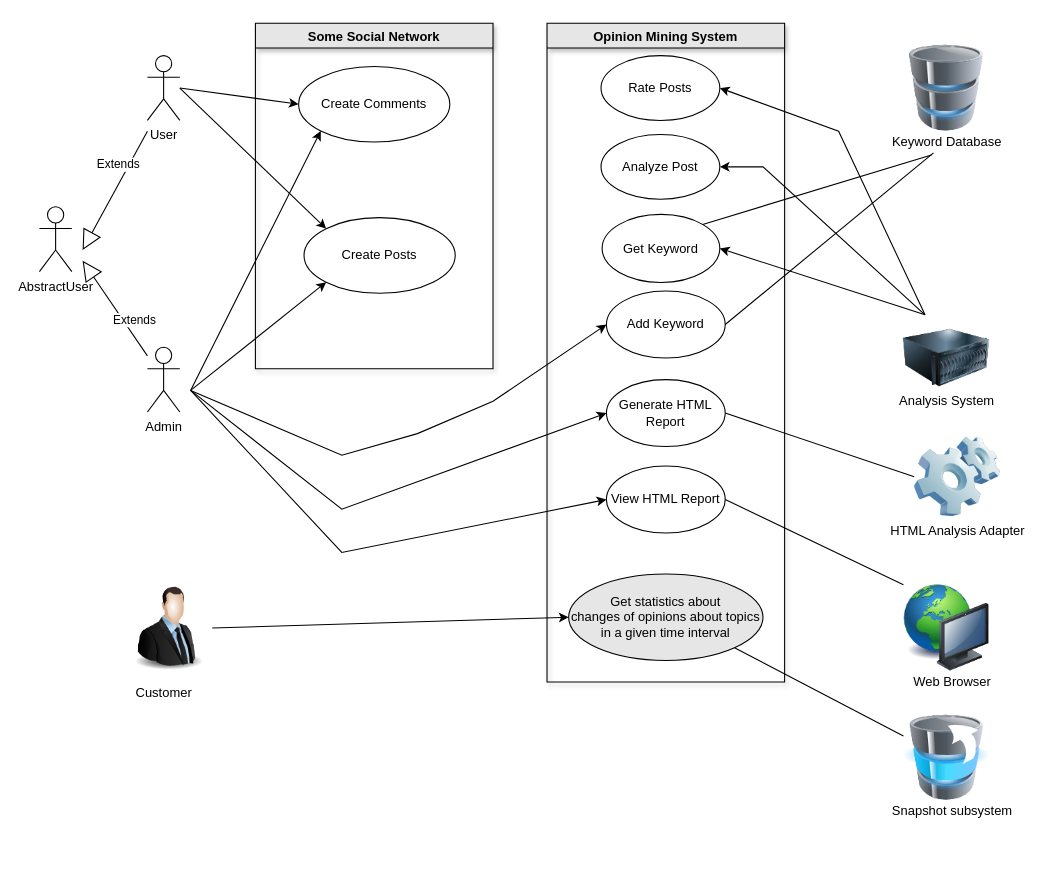
Above: assignment3/uml/assignment3_usecase.drawio in ar7ch/iu-ssad (draw.io), before the change. Source tidied: cells renumbered, new cells numbered last; positions are measured from the earlier drawing's top-left corner, leaving out a move shared by most shapes. Both pictures are drawn from the tidied source at 108%, with x=0, y=0 at pixel (39, 23).
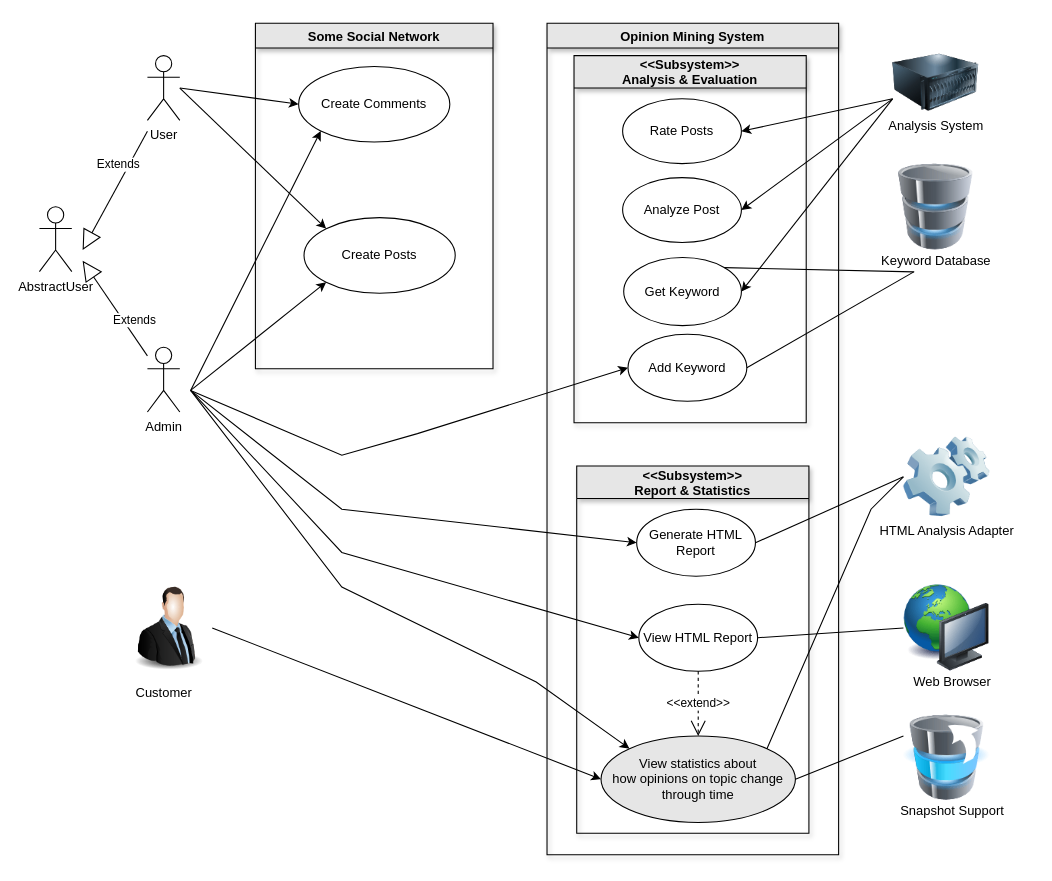
Above is the later version.

Unchanged cells that the change refers to:
```xml
<mxCell id="14" value="Keyword Database" style="text;html=1;align=center;verticalAlign=middle;points=[];strokeColor=none;fillColor=none;" parent="12" vertex="1">
  <mxGeometry y="80" width="120" height="20" as="geometry" />
</mxCell>
<mxCell id="30" style="image;html=1;image=img/lib/clip_art/computers/Server_128x128.png;" parent="29" vertex="1">
  <mxGeometry x="10" width="80" height="80" as="geometry" />
</mxCell>
<mxCell id="37" style="image;html=1;image=img/lib/clip_art/computers/Network_128x128.png;" parent="36" vertex="1">
  <mxGeometry width="80" height="80" as="geometry" />
</mxCell>
<mxCell id="41" style="image;html=1;image=img/lib/clip_art/computers/Software_128x128.png;fillColor=#E6E6E6;" parent="40" vertex="1">
  <mxGeometry x="30" width="80" height="80" as="geometry" />
</mxCell>
<mxCell id="42" value="HTML Analysis Adapter" style="text;html=1;align=center;verticalAlign=middle;points=[];strokeColor=none;fillColor=none;" parent="40" vertex="1">
  <mxGeometry y="80" width="140" height="20" as="geometry" />
</mxCell>
```

Diff of the diagram source:
```diff
@@
     <mxCell id="4" style="edgeStyle=none;rounded=0;jettySize=auto;html=1;entryX=0;entryY=0.5;entryDx=0;entryDy=0;" parent="1" edge="1" target="19">
       <mxGeometry relative="1" as="geometry">
         <mxPoint x="140" y="340" as="sourcePoint" />
         <Array as="points">
           <mxPoint x="280" y="400" />
           <mxPoint x="350" y="380" />
-          <mxPoint x="420" y="350" />
         </Array>
       </mxGeometry>
     </mxCell>
@@
     <mxCell id="8" style="rounded=0;jettySize=auto;html=1;entryX=1;entryY=0.5;entryDx=0;entryDy=0;" parent="1" edge="1" target="18">
       <mxGeometry relative="1" as="geometry">
-        <mxPoint x="820" y="270" as="sourcePoint" />
-        <Array as="points">
-          <mxPoint x="670" y="133" />
-        </Array>
+        <mxPoint x="790" y="70" as="sourcePoint" />
       </mxGeometry>
     </mxCell>
-    <mxCell id="9" style="edgeStyle=none;rounded=0;jettySize=auto;html=1;exitX=0.25;exitY=0;exitDx=0;exitDy=0;entryX=1;entryY=0.5;entryDx=0;entryDy=0;" parent="1" edge="1" source="30" target="17">
+    <mxCell id="9" style="rounded=0;jettySize=auto;html=1;entryX=1;entryY=0.5;entryDx=0;entryDy=0;" parent="1" edge="1" target="17">
       <mxGeometry relative="1" as="geometry">
-        <Array as="points">
-          <mxPoint x="740" y="100" />
-        </Array>
+        <mxPoint x="790" y="70" as="sourcePoint" />
       </mxGeometry>
     </mxCell>
@@
     <mxCell id="12" style="group;" parent="1" vertex="1">
-      <mxGeometry x="780" y="20" width="120" height="100" as="geometry" />
+      <mxGeometry x="770" y="130" width="120" height="100" as="geometry" />
     </mxCell>
@@
     <mxCell id="16" value="Opinion Mining System" style="swimlane;fillColor=#E6E6E6;shadow=1;" parent="1" vertex="1">
-      <mxGeometry x="470" width="220" height="610" as="geometry" />
+      <mxGeometry x="470" width="270" height="770" as="geometry" />
     </mxCell>
     <mxCell id="17" value="Rate Posts" style="ellipse;whiteSpace=wrap;html=1;" parent="16" vertex="1">
-      <mxGeometry x="50" y="30" width="110" height="60" as="geometry" />
+      <mxGeometry x="70" y="70" width="110" height="60" as="geometry" />
     </mxCell>
     <mxCell id="18" value="Analyze Post" style="ellipse;whiteSpace=wrap;html=1;" parent="16" vertex="1">
-      <mxGeometry x="50" y="103" width="110" height="60" as="geometry" />
+      <mxGeometry x="70" y="143" width="110" height="60" as="geometry" />
     </mxCell>
     <mxCell id="19" value="&lt;div&gt;Add Keyword&lt;/div&gt;" style="ellipse;whiteSpace=wrap;html=1;" parent="16" vertex="1">
-      <mxGeometry x="55" y="248" width="110" height="62" as="geometry" />
+      <mxGeometry x="75" y="288" width="110" height="62" as="geometry" />
     </mxCell>
     <mxCell id="20" value="Get Keyword" style="ellipse;whiteSpace=wrap;html=1;fillColor=#FFFFFF;" parent="16" vertex="1">
-      <mxGeometry x="51" y="177" width="109" height="63" as="geometry" />
+      <mxGeometry x="71" y="217" width="109" height="63" as="geometry" />
     </mxCell>
+    <mxCell id="22" style="edgeStyle=none;rounded=0;jettySize=auto;html=1;entryX=0;entryY=0.5;entryDx=0;entryDy=0;" parent="16" edge="1" target="21">
+      <mxGeometry relative="1" as="geometry">
+        <mxPoint x="-330" y="340" as="sourcePoint" />
+        <Array as="points">
+          <mxPoint x="-190" y="450" />
+        </Array>
+      </mxGeometry>
+    </mxCell>
+    <mxCell id="52" value="&lt;&lt;Subsystem&gt;&gt;&#10;Analysis &amp; Evaluation" style="swimlane;fillColor=#E6E6E6;shadow=1;startSize=30;" parent="16" vertex="1">
+      <mxGeometry x="25" y="30" width="215" height="340" as="geometry" />
+    </mxCell>
+    <mxCell id="53" value="&lt;&lt;Subsystem&gt;&gt;&#10;Report &amp; Statistics" style="swimlane;fillColor=#E6E6E6;shadow=1;startSize=30;" parent="16" vertex="1">
+      <mxGeometry x="27.5" y="410" width="215" height="340" as="geometry" />
+    </mxCell>
-    <mxCell id="21" value="Generate HTML Report" style="ellipse;whiteSpace=wrap;html=1;fillColor=#FFFFFF;" parent="16" vertex="1">
-      <mxGeometry x="55" y="330" width="110" height="62" as="geometry" />
+    <mxCell id="21" value="Generate HTML Report" style="ellipse;whiteSpace=wrap;html=1;fillColor=#FFFFFF;" parent="53" vertex="1">
+      <mxGeometry x="55.5" y="40" width="110" height="62" as="geometry" />
     </mxCell>
-    <mxCell id="22" style="edgeStyle=none;rounded=0;jettySize=auto;html=1;entryX=0;entryY=0.5;entryDx=0;entryDy=0;" parent="16" edge="1" target="21">
-      <mxGeometry relative="1" as="geometry">
-        <mxPoint x="-330" y="340" as="sourcePoint" />
-        <Array as="points">
-          <mxPoint x="-190" y="450" />
-        </Array>
-      </mxGeometry>
-    </mxCell>
-    <mxCell id="23" value="View HTML Report" style="ellipse;whiteSpace=wrap;html=1;fillColor=#FFFFFF;" parent="16" vertex="1">
-      <mxGeometry x="55" y="410" width="110" height="62" as="geometry" />
+    <mxCell id="23" value="View HTML Report" style="ellipse;whiteSpace=wrap;html=1;fillColor=#FFFFFF;" parent="53" vertex="1">
+      <mxGeometry x="57.5" y="128" width="110" height="62" as="geometry" />
     </mxCell>
+    <mxCell id="47" value="&lt;div&gt;View statistics about&lt;/div&gt;&lt;div&gt;how opinions on topic change through time&lt;br&gt;&lt;/div&gt;" style="ellipse;whiteSpace=wrap;html=1;fillColor=#E6E6E6;" parent="53" vertex="1">
+      <mxGeometry x="22.5" y="250" width="180" height="80" as="geometry" />
+    </mxCell>
+    <mxCell id="54" value="&amp;lt;&amp;lt;extend&amp;gt;&amp;gt;" style="endArrow=open;endSize=12;dashed=1;html=1;rounded=0;entryX=0.5;entryY=0;entryDx=0;entryDy=0;exitX=0.5;exitY=1;exitDx=0;exitDy=0;" parent="53" edge="1" source="23" target="47">
+      <mxGeometry relative="1" as="geometry" />
+    </mxCell>
@@
     <mxCell id="29" style="group;" parent="1" vertex="1">
-      <mxGeometry x="790" y="270" width="100" height="90" as="geometry" />
+      <mxGeometry x="780" y="15" width="100" height="90" as="geometry" />
     </mxCell>
@@
-    <mxCell id="33" style="endArrow=none;html=1;rounded=0;exitX=1;exitY=0.5;exitDx=0;exitDy=0;" parent="1" edge="1" source="19" target="14">
-      <mxGeometry relative="1" as="geometry" />
+    <mxCell id="33" style="endArrow=none;html=1;rounded=0;exitX=1;exitY=0.5;exitDx=0;exitDy=0;" parent="1" edge="1" source="19">
+      <mxGeometry relative="1" as="geometry">
+        <mxPoint x="810" y="230" as="targetPoint" />
+      </mxGeometry>
     </mxCell>
-    <mxCell id="34" style="edgeStyle=none;rounded=0;jettySize=auto;html=1;exitX=0.25;exitY=0;exitDx=0;exitDy=0;entryX=1;entryY=0.5;entryDx=0;entryDy=0;" parent="1" edge="1" source="30" target="20">
-      <mxGeometry relative="1" as="geometry" />
+    <mxCell id="34" style="edgeStyle=none;rounded=0;jettySize=auto;html=1;entryX=1;entryY=0.5;entryDx=0;entryDy=0;" parent="1" edge="1" target="20">
+      <mxGeometry relative="1" as="geometry">
+        <mxPoint x="790" y="70" as="sourcePoint" />
+      </mxGeometry>
     </mxCell>
-    <mxCell id="35" style="endArrow=none;html=1;rounded=0;entryX=0.383;entryY=1.1;entryDx=0;entryDy=0;entryPerimeter=0;exitX=1;exitY=0;exitDx=0;exitDy=0;" parent="1" edge="1" source="20" target="14">
+    <mxCell id="35" style="endArrow=none;html=1;rounded=0;entryX=0.33;entryY=1.011;entryDx=0;entryDy=0;entryPerimeter=0;exitX=1;exitY=0;exitDx=0;exitDy=0;" parent="1" edge="1" source="20" target="14">
       <mxGeometry relative="1" as="geometry" />
     </mxCell>
@@
-    <mxCell id="39" style="endArrow=none;html=1;rounded=0;entryX=1;entryY=0.5;entryDx=0;entryDy=0;exitX=0;exitY=0;exitDx=0;exitDy=0;" parent="1" edge="1" source="37" target="23">
+    <mxCell id="39" style="endArrow=none;html=1;rounded=0;entryX=1;entryY=0.5;entryDx=0;entryDy=0;exitX=0;exitY=0.5;exitDx=0;exitDy=0;" parent="1" edge="1" source="37" target="23">
       <mxGeometry relative="1" as="geometry" />
     </mxCell>
     <mxCell id="40" style="group;" parent="1" vertex="1">
-      <mxGeometry x="780" y="380" width="140" height="100" as="geometry" />
+      <mxGeometry x="770" y="380" width="140" height="100" as="geometry" />
     </mxCell>
@@
+    <mxCell id="55" style="edgeStyle=none;rounded=0;jettySize=auto;html=1;" parent="40" edge="1" source="42" target="41">
+      <mxGeometry relative="1" as="geometry" />
+    </mxCell>
@@
-    <mxCell id="47" value="&lt;div&gt;Get statistics about&lt;/div&gt;&lt;div&gt;changes of opinions about topics in a given time interval&lt;br&gt;&lt;/div&gt;" style="ellipse;whiteSpace=wrap;html=1;fillColor=#E6E6E6;" parent="1" vertex="1">
-      <mxGeometry x="490" y="510" width="180" height="80" as="geometry" />
-    </mxCell>
@@
+    <mxCell id="51" style="endArrow=none;html=1;rounded=0;entryX=1;entryY=0.5;entryDx=0;entryDy=0;exitX=0;exitY=0.25;exitDx=0;exitDy=0;" parent="1" edge="1" source="49" target="47">
+      <mxGeometry relative="1" as="geometry" />
+    </mxCell>
+    <mxCell id="56" style="group;" parent="1" vertex="1">
+      <mxGeometry x="780" y="640" width="130" height="100" as="geometry" />
+    </mxCell>
-    <mxCell id="49" style="image;html=1;image=img/lib/clip_art/computers/Database_Move_Stack_128x128.png;fillColor=#FFFFFF;" parent="1" vertex="1">
-      <mxGeometry x="800" y="640" width="80" height="80" as="geometry" />
+    <mxCell id="49" style="image;html=1;image=img/lib/clip_art/computers/Database_Move_Stack_128x128.png;fillColor=#FFFFFF;" parent="56" vertex="1">
+      <mxGeometry x="20" width="80" height="80" as="geometry" />
     </mxCell>
-    <mxCell id="50" value="Snapshot subsystem" style="text;html=1;align=center;verticalAlign=middle;strokeColor=none;fillColor=none;" parent="1" vertex="1">
-      <mxGeometry x="780" y="720" width="130" height="20" as="geometry" />
+    <mxCell id="50" value="Snapshot Support" style="text;html=1;align=center;verticalAlign=middle;strokeColor=none;fillColor=none;" parent="56" vertex="1">
+      <mxGeometry x="10" y="80" width="110" height="20" as="geometry" />
     </mxCell>
-    <mxCell id="51" style="endArrow=none;html=1;rounded=0;entryX=1;entryY=1;entryDx=0;entryDy=0;exitX=0;exitY=0.25;exitDx=0;exitDy=0;" parent="1" edge="1" source="49" target="47">
-      <mxGeometry relative="1" as="geometry" />
-    </mxCell>
+    <mxCell id="57" style="endArrow=none;html=1;rounded=0;entryX=1;entryY=0;entryDx=0;entryDy=0;exitX=0;exitY=0.5;exitDx=0;exitDy=0;" parent="1" edge="1" source="41" target="47">
+      <mxGeometry relative="1" as="geometry">
+        <Array as="points">
+          <mxPoint x="770" y="450" />
+        </Array>
+      </mxGeometry>
+    </mxCell>
+    <mxCell id="58" style="endArrow=classic;html=1;rounded=0;entryX=0;entryY=0;entryDx=0;entryDy=0;" parent="1" edge="1" target="47">
+      <mxGeometry relative="1" as="geometry">
+        <mxPoint x="140" y="340" as="sourcePoint" />
+        <Array as="points">
+          <mxPoint x="280" y="522" />
+          <mxPoint x="460" y="610" />
+        </Array>
+      </mxGeometry>
+    </mxCell>
```
